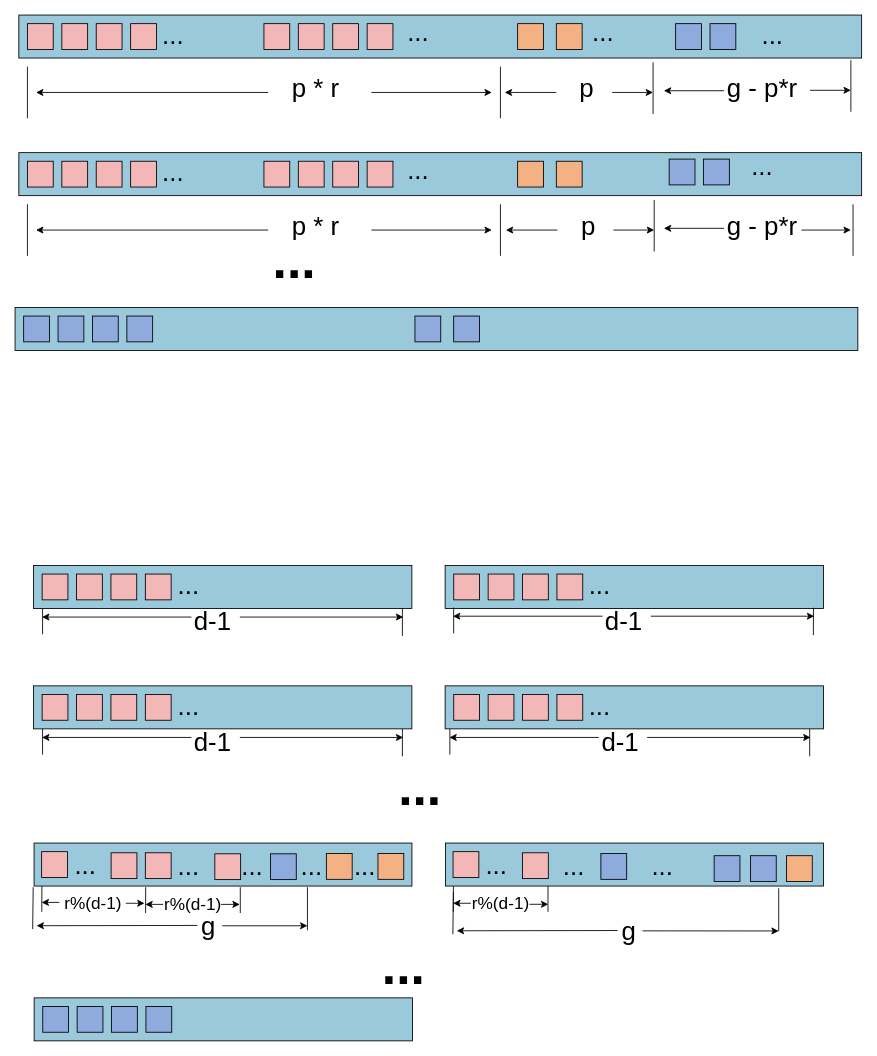
monopodium/Repair_optimal keeps this draw.io diagram as figures/draw_io_fig/final_pics.drawio. Above is the earlier version. Source tidied: cells renumbered, new cells numbered last; positions are measured from the earlier drawing's top-left corner, leaving out a move shared by most shapes. Both pictures are drawn from the tidied source at 86%, with x=0, y=0 at pixel (15, 15).
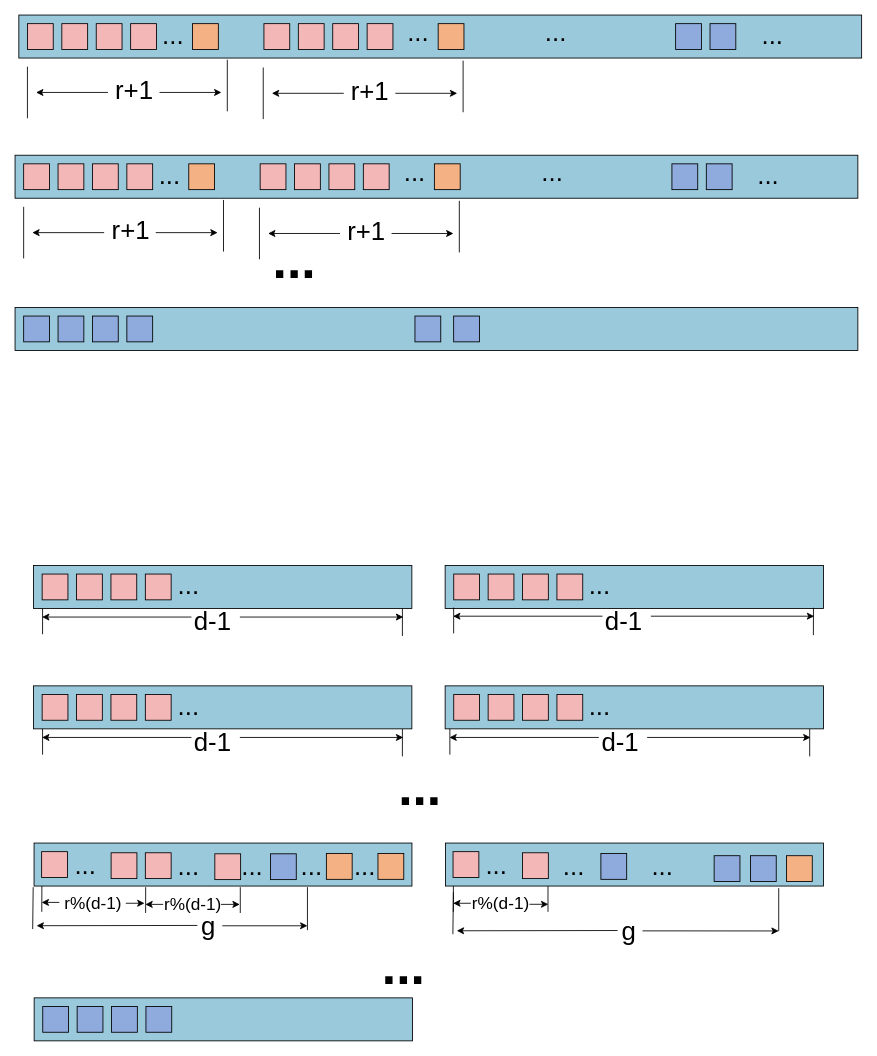
After the change.

What changed in the source:
```diff
@@
     <mxCell id="8" style="endArrow=none;html=1;rounded=0;fontSize=30;" parent="1" edge="1">
       <mxGeometry relative="1" as="geometry">
-        <mxPoint x="564.4" y="120" as="sourcePoint" />
-        <mxPoint x="564.4" y="60" as="targetPoint" />
+        <mxPoint x="246.8" y="112" as="sourcePoint" />
+        <mxPoint x="246.8" y="52" as="targetPoint" />
       </mxGeometry>
     </mxCell>
     <mxCell id="9" style="endArrow=classic;html=1;rounded=0;fontSize=30;" parent="1" edge="1">
       <mxGeometry relative="1" as="geometry">
-        <mxPoint x="414.4" y="90" as="sourcePoint" />
-        <mxPoint x="554.4" y="90" as="targetPoint" />
+        <mxPoint x="168" y="90" as="sourcePoint" />
+        <mxPoint x="240" y="90" as="targetPoint" />
       </mxGeometry>
     </mxCell>
     <mxCell id="10" style="endArrow=classic;html=1;rounded=0;fontSize=30;" parent="1" edge="1">
       <mxGeometry relative="1" as="geometry">
-        <mxPoint x="294.4" y="90" as="sourcePoint" />
+        <mxPoint x="108" y="90" as="sourcePoint" />
         <mxPoint x="24.4" y="90" as="targetPoint" />
       </mxGeometry>
     </mxCell>
@@
     <mxCell id="17" style="rounded=0;whiteSpace=wrap;html=1;fontSize=30;fillColor=#F4B183;" parent="1" vertex="1">
-      <mxGeometry x="584.4" y="10" width="30" height="30" as="geometry" />
+      <mxGeometry x="206.4" y="10" width="30" height="30" as="geometry" />
     </mxCell>
     <mxCell id="18" style="rounded=0;whiteSpace=wrap;html=1;fontSize=30;fillColor=#F4B183;" parent="1" vertex="1">
-      <mxGeometry x="629.4" y="10" width="30" height="30" as="geometry" />
+      <mxGeometry x="492" y="10" width="30" height="30" as="geometry" />
     </mxCell>
-    <mxCell id="19" value="p * r&amp;nbsp;" style="text;html=1;strokeColor=none;fillColor=none;align=center;verticalAlign=middle;whiteSpace=wrap;rounded=0;fontSize=30;" parent="1" vertex="1">
-      <mxGeometry x="289.4" y="70" width="130" height="30" as="geometry" />
+    <mxCell id="19" value="r+1&amp;nbsp;" style="text;html=1;strokeColor=none;fillColor=none;align=center;verticalAlign=middle;whiteSpace=wrap;rounded=0;fontSize=30;" parent="1" vertex="1">
+      <mxGeometry x="108" y="72" width="70" height="30" as="geometry" />
     </mxCell>
-    <mxCell id="20" style="rounded=0;whiteSpace=wrap;html=1;fontSize=30;fillColor=#9AC9DB;" parent="1" vertex="1">
-      <mxGeometry x="4.4" y="160" width="980" height="50" as="geometry" />
-    </mxCell>
-    <mxCell id="21" style="rounded=0;whiteSpace=wrap;html=1;fontSize=30;fillColor=#F3B7B8;" parent="1" vertex="1">
-      <mxGeometry x="94.4" y="170" width="30" height="30" as="geometry" />
-    </mxCell>
-    <mxCell id="22" style="rounded=0;whiteSpace=wrap;html=1;fontSize=30;fillColor=#F3B7B8;" parent="1" vertex="1">
-      <mxGeometry x="134.4" y="170" width="30" height="30" as="geometry" />
-    </mxCell>
-    <mxCell id="23" style="rounded=0;whiteSpace=wrap;html=1;fontSize=30;fillColor=#F3B7B8;" parent="1" vertex="1">
-      <mxGeometry x="14.4" y="170" width="30" height="30" as="geometry" />
-    </mxCell>
-    <mxCell id="24" style="rounded=0;whiteSpace=wrap;html=1;fontSize=30;fillColor=#F3B7B8;" parent="1" vertex="1">
-      <mxGeometry x="54.4" y="170" width="30" height="30" as="geometry" />
-    </mxCell>
-    <mxCell id="25" style="endArrow=none;html=1;rounded=0;fontSize=30;" parent="1" edge="1">
-      <mxGeometry relative="1" as="geometry">
-        <mxPoint x="14.4" y="280" as="sourcePoint" />
-        <mxPoint x="14.4" y="220" as="targetPoint" />
-      </mxGeometry>
-    </mxCell>
-    <mxCell id="26" style="endArrow=none;html=1;rounded=0;fontSize=30;" parent="1" edge="1">
-      <mxGeometry relative="1" as="geometry">
-        <mxPoint x="564.4" y="280" as="sourcePoint" />
-        <mxPoint x="564.4" y="220" as="targetPoint" />
-      </mxGeometry>
-    </mxCell>
-    <mxCell id="27" style="endArrow=classic;html=1;rounded=0;fontSize=30;" parent="1" edge="1">
-      <mxGeometry relative="1" as="geometry">
-        <mxPoint x="414.4" y="250" as="sourcePoint" />
-        <mxPoint x="554.4" y="250" as="targetPoint" />
-      </mxGeometry>
-    </mxCell>
-    <mxCell id="28" style="endArrow=classic;html=1;rounded=0;fontSize=30;" parent="1" edge="1">
-      <mxGeometry relative="1" as="geometry">
-        <mxPoint x="294.4" y="250" as="sourcePoint" />
-        <mxPoint x="24.4" y="250" as="targetPoint" />
-      </mxGeometry>
-    </mxCell>
-    <mxCell id="29" style="rounded=0;whiteSpace=wrap;html=1;fontSize=30;fillColor=#F3B7B8;" parent="1" vertex="1">
-      <mxGeometry x="369.4" y="170" width="30" height="30" as="geometry" />
-    </mxCell>
-    <mxCell id="30" style="rounded=0;whiteSpace=wrap;html=1;fontSize=30;fillColor=#F3B7B8;" parent="1" vertex="1">
-      <mxGeometry x="409.4" y="170" width="30" height="30" as="geometry" />
-    </mxCell>
-    <mxCell id="31" style="rounded=0;whiteSpace=wrap;html=1;fontSize=30;fillColor=#F3B7B8;" parent="1" vertex="1">
-      <mxGeometry x="289.4" y="170" width="30" height="30" as="geometry" />
-    </mxCell>
-    <mxCell id="32" style="rounded=0;whiteSpace=wrap;html=1;fontSize=30;fillColor=#F3B7B8;" parent="1" vertex="1">
-      <mxGeometry x="329.4" y="170" width="30" height="30" as="geometry" />
-    </mxCell>
-    <mxCell id="33" value="..." style="text;html=1;strokeColor=none;fillColor=none;align=center;verticalAlign=middle;whiteSpace=wrap;rounded=0;fontSize=30;" parent="1" vertex="1">
-      <mxGeometry x="154.4" y="167.5" width="60" height="30" as="geometry" />
-    </mxCell>
-    <mxCell id="34" value="..." style="text;html=1;strokeColor=none;fillColor=none;align=center;verticalAlign=middle;whiteSpace=wrap;rounded=0;fontSize=30;" parent="1" vertex="1">
-      <mxGeometry x="439.4" y="165" width="60" height="30" as="geometry" />
-    </mxCell>
-    <mxCell id="35" style="rounded=0;whiteSpace=wrap;html=1;fontSize=30;fillColor=#F4B183;" parent="1" vertex="1">
-      <mxGeometry x="584.4" y="170" width="30" height="30" as="geometry" />
-    </mxCell>
-    <mxCell id="36" style="rounded=0;whiteSpace=wrap;html=1;fontSize=30;fillColor=#F4B183;" parent="1" vertex="1">
-      <mxGeometry x="629.4" y="170" width="30" height="30" as="geometry" />
-    </mxCell>
-    <mxCell id="37" value="p * r&amp;nbsp;" style="text;html=1;strokeColor=none;fillColor=none;align=center;verticalAlign=middle;whiteSpace=wrap;rounded=0;fontSize=30;" parent="1" vertex="1">
-      <mxGeometry x="289.4" y="230" width="130" height="30" as="geometry" />
-    </mxCell>
@@
-    <mxCell id="40" style="rounded=0;whiteSpace=wrap;html=1;fontSize=30;fillColor=#8FAADC;" parent="1" vertex="1">
-      <mxGeometry x="760.6" y="167.5" width="30" height="30" as="geometry" />
-    </mxCell>
-    <mxCell id="41" style="rounded=0;whiteSpace=wrap;html=1;fontSize=30;fillColor=#8FAADC;" parent="1" vertex="1">
-      <mxGeometry x="800.6" y="167.5" width="30" height="30" as="geometry" />
-    </mxCell>
-    <mxCell id="42" style="endArrow=none;html=1;rounded=0;fontSize=30;" parent="1" edge="1">
-      <mxGeometry relative="1" as="geometry">
-        <mxPoint x="741.9" y="115" as="sourcePoint" />
-        <mxPoint x="741.9" y="55" as="targetPoint" />
-      </mxGeometry>
-    </mxCell>
-    <mxCell id="43" style="endArrow=classic;html=1;rounded=0;fontSize=30;" parent="1" edge="1">
-      <mxGeometry relative="1" as="geometry">
-        <mxPoint x="694.4" y="90" as="sourcePoint" />
-        <mxPoint x="741.9" y="90" as="targetPoint" />
-      </mxGeometry>
-    </mxCell>
-    <mxCell id="44" style="endArrow=classic;html=1;rounded=0;fontSize=30;" parent="1" edge="1">
-      <mxGeometry relative="1" as="geometry">
-        <mxPoint x="629.4" y="90" as="sourcePoint" />
-        <mxPoint x="569.4" y="90" as="targetPoint" />
-      </mxGeometry>
-    </mxCell>
-    <mxCell id="45" value="p&amp;nbsp;" style="text;html=1;strokeColor=none;fillColor=none;align=center;verticalAlign=middle;whiteSpace=wrap;rounded=0;fontSize=30;" parent="1" vertex="1">
-      <mxGeometry x="604.4" y="70" width="130" height="30" as="geometry" />
-    </mxCell>
     <mxCell id="46" value="..." style="text;html=1;strokeColor=none;fillColor=none;align=center;verticalAlign=middle;whiteSpace=wrap;rounded=0;fontSize=30;" parent="1" vertex="1">
-      <mxGeometry x="654.4" y="5" width="60" height="30" as="geometry" />
+      <mxGeometry x="599.4" y="5" width="60" height="30" as="geometry" />
     </mxCell>
-    <mxCell id="47" style="endArrow=none;html=1;rounded=0;fontSize=30;" parent="1" edge="1">
-      <mxGeometry relative="1" as="geometry">
-        <mxPoint x="743.2" y="275" as="sourcePoint" />
-        <mxPoint x="743.2" y="215" as="targetPoint" />
-      </mxGeometry>
-    </mxCell>
-    <mxCell id="48" style="endArrow=classic;html=1;rounded=0;fontSize=30;" parent="1" edge="1">
-      <mxGeometry relative="1" as="geometry">
-        <mxPoint x="695.7" y="250" as="sourcePoint" />
-        <mxPoint x="743.2" y="250" as="targetPoint" />
-      </mxGeometry>
-    </mxCell>
-    <mxCell id="49" style="endArrow=classic;html=1;rounded=0;fontSize=30;" parent="1" edge="1">
-      <mxGeometry relative="1" as="geometry">
-        <mxPoint x="630.7" y="250" as="sourcePoint" />
-        <mxPoint x="570.7" y="250" as="targetPoint" />
-      </mxGeometry>
-    </mxCell>
-    <mxCell id="50" value="p&amp;nbsp;" style="text;html=1;strokeColor=none;fillColor=none;align=center;verticalAlign=middle;whiteSpace=wrap;rounded=0;fontSize=30;" parent="1" vertex="1">
-      <mxGeometry x="605.7" y="230" width="130" height="30" as="geometry" />
-    </mxCell>
-    <mxCell id="51" style="endArrow=none;html=1;rounded=0;fontSize=30;" parent="1" edge="1">
-      <mxGeometry relative="1" as="geometry">
-        <mxPoint x="971.9" y="112.5" as="sourcePoint" />
-        <mxPoint x="971.9" y="52.5" as="targetPoint" />
-      </mxGeometry>
-    </mxCell>
-    <mxCell id="52" style="endArrow=classic;html=1;rounded=0;fontSize=30;" parent="1" edge="1">
-      <mxGeometry relative="1" as="geometry">
-        <mxPoint x="924.4" y="87.5" as="sourcePoint" />
-        <mxPoint x="971.9" y="87.5" as="targetPoint" />
-      </mxGeometry>
-    </mxCell>
-    <mxCell id="53" style="endArrow=classic;html=1;rounded=0;fontSize=30;" parent="1" edge="1">
-      <mxGeometry relative="1" as="geometry">
-        <mxPoint x="824.4" y="88" as="sourcePoint" />
-        <mxPoint x="754.4" y="88" as="targetPoint" />
-      </mxGeometry>
-    </mxCell>
-    <mxCell id="54" value="g - p*r" style="text;html=1;strokeColor=none;fillColor=none;align=center;verticalAlign=middle;whiteSpace=wrap;rounded=0;fontSize=30;" parent="1" vertex="1">
-      <mxGeometry x="804.4" y="70" width="130" height="30" as="geometry" />
-    </mxCell>
-    <mxCell id="55" style="endArrow=classic;html=1;rounded=0;fontSize=30;" parent="1" edge="1">
-      <mxGeometry relative="1" as="geometry">
-        <mxPoint x="914.4" y="250" as="sourcePoint" />
-        <mxPoint x="971.9" y="250" as="targetPoint" />
-      </mxGeometry>
-    </mxCell>
-    <mxCell id="56" style="endArrow=classic;html=1;rounded=0;fontSize=30;" parent="1" edge="1">
-      <mxGeometry relative="1" as="geometry">
-        <mxPoint x="824.4" y="248" as="sourcePoint" />
-        <mxPoint x="754.4" y="248" as="targetPoint" />
-      </mxGeometry>
-    </mxCell>
-    <mxCell id="57" value="g - p*r" style="text;html=1;strokeColor=none;fillColor=none;align=center;verticalAlign=middle;whiteSpace=wrap;rounded=0;fontSize=30;" parent="1" vertex="1">
-      <mxGeometry x="819.4" y="230" width="100" height="30" as="geometry" />
-    </mxCell>
-    <mxCell id="58" style="endArrow=none;html=1;rounded=0;fontSize=30;" parent="1" edge="1">
-      <mxGeometry relative="1" as="geometry">
-        <mxPoint x="974.4" y="280" as="sourcePoint" />
-        <mxPoint x="974.4" y="220" as="targetPoint" />
-      </mxGeometry>
-    </mxCell>
@@
-    <mxCell id="61" value="..." style="text;html=1;strokeColor=none;fillColor=none;align=center;verticalAlign=middle;whiteSpace=wrap;rounded=0;fontSize=30;" parent="1" vertex="1">
-      <mxGeometry x="839.4" y="160" width="60" height="30" as="geometry" />
-    </mxCell>
@@
+    <mxCell id="167" style="endArrow=none;html=1;rounded=0;fontSize=30;" parent="1" edge="1">
+      <mxGeometry relative="1" as="geometry">
+        <mxPoint x="288.6" y="121" as="sourcePoint" />
+        <mxPoint x="288.6" y="61" as="targetPoint" />
+      </mxGeometry>
+    </mxCell>
+    <mxCell id="168" style="endArrow=none;html=1;rounded=0;fontSize=30;" parent="1" edge="1">
+      <mxGeometry relative="1" as="geometry">
+        <mxPoint x="521" y="113" as="sourcePoint" />
+        <mxPoint x="521" y="53" as="targetPoint" />
+      </mxGeometry>
+    </mxCell>
+    <mxCell id="169" style="endArrow=classic;html=1;rounded=0;fontSize=30;" parent="1" edge="1">
+      <mxGeometry relative="1" as="geometry">
+        <mxPoint x="442.2" y="91" as="sourcePoint" />
+        <mxPoint x="514.2" y="91" as="targetPoint" />
+      </mxGeometry>
+    </mxCell>
+    <mxCell id="170" style="endArrow=classic;html=1;rounded=0;fontSize=30;" parent="1" edge="1">
+      <mxGeometry relative="1" as="geometry">
+        <mxPoint x="382.2" y="91" as="sourcePoint" />
+        <mxPoint x="298.6" y="91" as="targetPoint" />
+      </mxGeometry>
+    </mxCell>
+    <mxCell id="171" value="r+1&amp;nbsp;" style="text;html=1;strokeColor=none;fillColor=none;align=center;verticalAlign=middle;whiteSpace=wrap;rounded=0;fontSize=30;" parent="1" vertex="1">
+      <mxGeometry x="382.2" y="73" width="70" height="30" as="geometry" />
+    </mxCell>
+    <mxCell id="172" style="rounded=0;whiteSpace=wrap;html=1;fontSize=30;fillColor=#9AC9DB;" parent="1" vertex="1">
+      <mxGeometry y="163" width="980" height="50" as="geometry" />
+    </mxCell>
+    <mxCell id="173" style="rounded=0;whiteSpace=wrap;html=1;fontSize=30;fillColor=#F3B7B8;" parent="1" vertex="1">
+      <mxGeometry x="90" y="173" width="30" height="30" as="geometry" />
+    </mxCell>
+    <mxCell id="174" style="rounded=0;whiteSpace=wrap;html=1;fontSize=30;fillColor=#F3B7B8;" parent="1" vertex="1">
+      <mxGeometry x="130" y="173" width="30" height="30" as="geometry" />
+    </mxCell>
+    <mxCell id="175" style="rounded=0;whiteSpace=wrap;html=1;fontSize=30;fillColor=#F3B7B8;" parent="1" vertex="1">
+      <mxGeometry x="10" y="173" width="30" height="30" as="geometry" />
+    </mxCell>
+    <mxCell id="176" style="rounded=0;whiteSpace=wrap;html=1;fontSize=30;fillColor=#F3B7B8;" parent="1" vertex="1">
+      <mxGeometry x="50" y="173" width="30" height="30" as="geometry" />
+    </mxCell>
+    <mxCell id="177" style="endArrow=none;html=1;rounded=0;fontSize=30;" parent="1" edge="1">
+      <mxGeometry relative="1" as="geometry">
+        <mxPoint x="10" y="283" as="sourcePoint" />
+        <mxPoint x="10" y="223" as="targetPoint" />
+      </mxGeometry>
+    </mxCell>
+    <mxCell id="178" style="endArrow=none;html=1;rounded=0;fontSize=30;" parent="1" edge="1">
+      <mxGeometry relative="1" as="geometry">
+        <mxPoint x="242.4" y="275" as="sourcePoint" />
+        <mxPoint x="242.4" y="215" as="targetPoint" />
+      </mxGeometry>
+    </mxCell>
+    <mxCell id="179" style="endArrow=classic;html=1;rounded=0;fontSize=30;" parent="1" edge="1">
+      <mxGeometry relative="1" as="geometry">
+        <mxPoint x="163.6" y="253" as="sourcePoint" />
+        <mxPoint x="235.6" y="253" as="targetPoint" />
+      </mxGeometry>
+    </mxCell>
+    <mxCell id="180" style="endArrow=classic;html=1;rounded=0;fontSize=30;" parent="1" edge="1">
+      <mxGeometry relative="1" as="geometry">
+        <mxPoint x="103.6" y="253" as="sourcePoint" />
+        <mxPoint x="20" y="253" as="targetPoint" />
+      </mxGeometry>
+    </mxCell>
+    <mxCell id="181" style="rounded=0;whiteSpace=wrap;html=1;fontSize=30;fillColor=#F3B7B8;" parent="1" vertex="1">
+      <mxGeometry x="365" y="173" width="30" height="30" as="geometry" />
+    </mxCell>
+    <mxCell id="182" style="rounded=0;whiteSpace=wrap;html=1;fontSize=30;fillColor=#F3B7B8;" parent="1" vertex="1">
+      <mxGeometry x="405" y="173" width="30" height="30" as="geometry" />
+    </mxCell>
+    <mxCell id="183" style="rounded=0;whiteSpace=wrap;html=1;fontSize=30;fillColor=#F3B7B8;" parent="1" vertex="1">
+      <mxGeometry x="285" y="173" width="30" height="30" as="geometry" />
+    </mxCell>
+    <mxCell id="184" style="rounded=0;whiteSpace=wrap;html=1;fontSize=30;fillColor=#F3B7B8;" parent="1" vertex="1">
+      <mxGeometry x="325" y="173" width="30" height="30" as="geometry" />
+    </mxCell>
+    <mxCell id="185" value="..." style="text;html=1;strokeColor=none;fillColor=none;align=center;verticalAlign=middle;whiteSpace=wrap;rounded=0;fontSize=30;" parent="1" vertex="1">
+      <mxGeometry x="150" y="170.5" width="60" height="30" as="geometry" />
+    </mxCell>
+    <mxCell id="186" value="..." style="text;html=1;strokeColor=none;fillColor=none;align=center;verticalAlign=middle;whiteSpace=wrap;rounded=0;fontSize=30;" parent="1" vertex="1">
+      <mxGeometry x="435" y="168" width="60" height="30" as="geometry" />
+    </mxCell>
+    <mxCell id="187" style="rounded=0;whiteSpace=wrap;html=1;fontSize=30;fillColor=#F4B183;" parent="1" vertex="1">
+      <mxGeometry x="202" y="173" width="30" height="30" as="geometry" />
+    </mxCell>
+    <mxCell id="188" style="rounded=0;whiteSpace=wrap;html=1;fontSize=30;fillColor=#F4B183;" parent="1" vertex="1">
+      <mxGeometry x="487.6" y="173" width="30" height="30" as="geometry" />
+    </mxCell>
+    <mxCell id="189" value="r+1&amp;nbsp;" style="text;html=1;strokeColor=none;fillColor=none;align=center;verticalAlign=middle;whiteSpace=wrap;rounded=0;fontSize=30;" parent="1" vertex="1">
+      <mxGeometry x="103.6" y="235" width="70" height="30" as="geometry" />
+    </mxCell>
+    <mxCell id="190" style="rounded=0;whiteSpace=wrap;html=1;fontSize=30;fillColor=#8FAADC;" parent="1" vertex="1">
+      <mxGeometry x="763.8" y="173" width="30" height="30" as="geometry" />
+    </mxCell>
+    <mxCell id="191" style="rounded=0;whiteSpace=wrap;html=1;fontSize=30;fillColor=#8FAADC;" parent="1" vertex="1">
+      <mxGeometry x="803.8" y="173" width="30" height="30" as="geometry" />
+    </mxCell>
+    <mxCell id="192" value="..." style="text;html=1;strokeColor=none;fillColor=none;align=center;verticalAlign=middle;whiteSpace=wrap;rounded=0;fontSize=30;" parent="1" vertex="1">
+      <mxGeometry x="595" y="168" width="60" height="30" as="geometry" />
+    </mxCell>
+    <mxCell id="193" value="..." style="text;html=1;strokeColor=none;fillColor=none;align=center;verticalAlign=middle;whiteSpace=wrap;rounded=0;fontSize=30;" parent="1" vertex="1">
+      <mxGeometry x="846.2" y="170.5" width="60" height="30" as="geometry" />
+    </mxCell>
+    <mxCell id="194" style="endArrow=none;html=1;rounded=0;fontSize=30;" parent="1" edge="1">
+      <mxGeometry relative="1" as="geometry">
+        <mxPoint x="284.2" y="284" as="sourcePoint" />
+        <mxPoint x="284.2" y="224" as="targetPoint" />
+      </mxGeometry>
+    </mxCell>
+    <mxCell id="195" style="endArrow=none;html=1;rounded=0;fontSize=30;" parent="1" edge="1">
+      <mxGeometry relative="1" as="geometry">
+        <mxPoint x="516.6" y="276" as="sourcePoint" />
+        <mxPoint x="516.6" y="216" as="targetPoint" />
+      </mxGeometry>
+    </mxCell>
+    <mxCell id="196" style="endArrow=classic;html=1;rounded=0;fontSize=30;" parent="1" edge="1">
+      <mxGeometry relative="1" as="geometry">
+        <mxPoint x="437.8" y="254" as="sourcePoint" />
+        <mxPoint x="509.8" y="254" as="targetPoint" />
+      </mxGeometry>
+    </mxCell>
+    <mxCell id="197" style="endArrow=classic;html=1;rounded=0;fontSize=30;" parent="1" edge="1">
+      <mxGeometry relative="1" as="geometry">
+        <mxPoint x="377.8" y="254" as="sourcePoint" />
+        <mxPoint x="294.2" y="254" as="targetPoint" />
+      </mxGeometry>
+    </mxCell>
+    <mxCell id="198" value="r+1&amp;nbsp;" style="text;html=1;strokeColor=none;fillColor=none;align=center;verticalAlign=middle;whiteSpace=wrap;rounded=0;fontSize=30;" parent="1" vertex="1">
+      <mxGeometry x="377.8" y="236" width="70" height="30" as="geometry" />
+    </mxCell>
```
